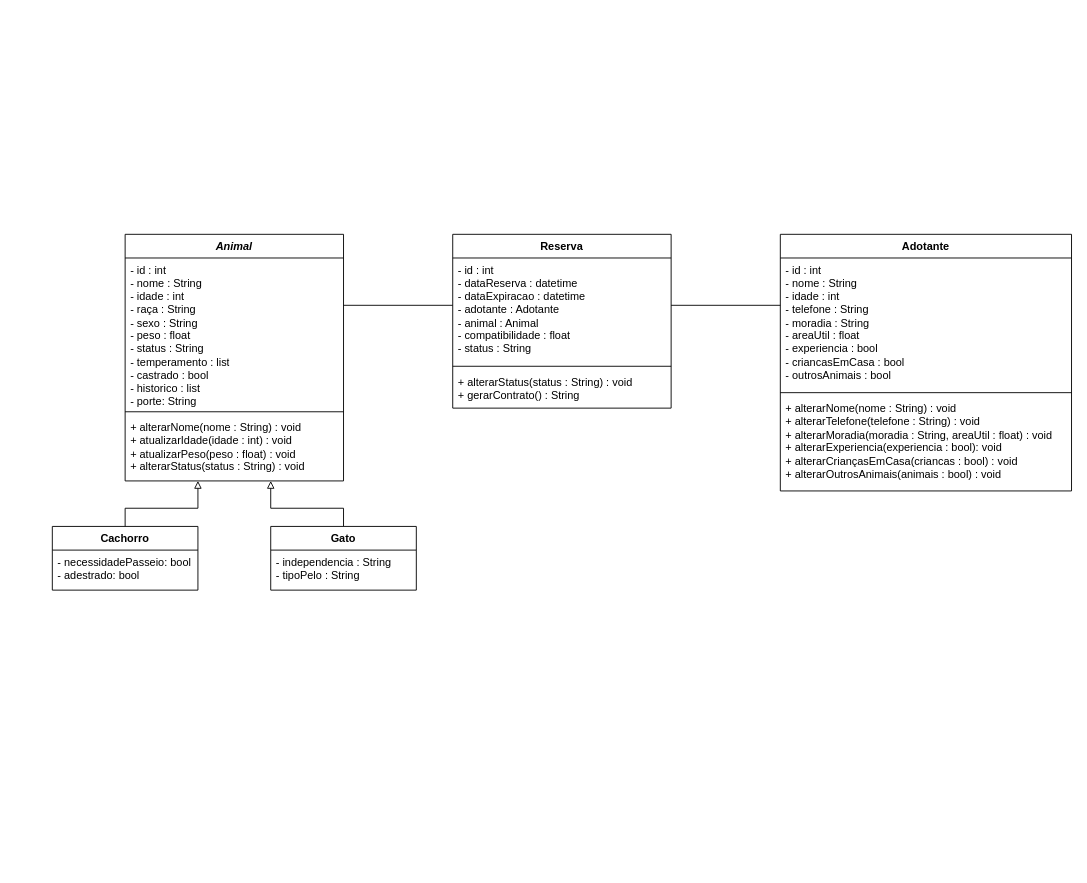
Before: docs/DiagramaDeClasses.drawio in guilhermefrmdev/sistema-de-adocao-de-animais, a draw.io diagram. Source tidied: cells renumbered, new cells numbered last; positions are measured from the earlier drawing's top-left corner, leaving out a move shared by most shapes. Both pictures are drawn from the tidied source at 91%, with x=0, y=0 at pixel (52, 234).
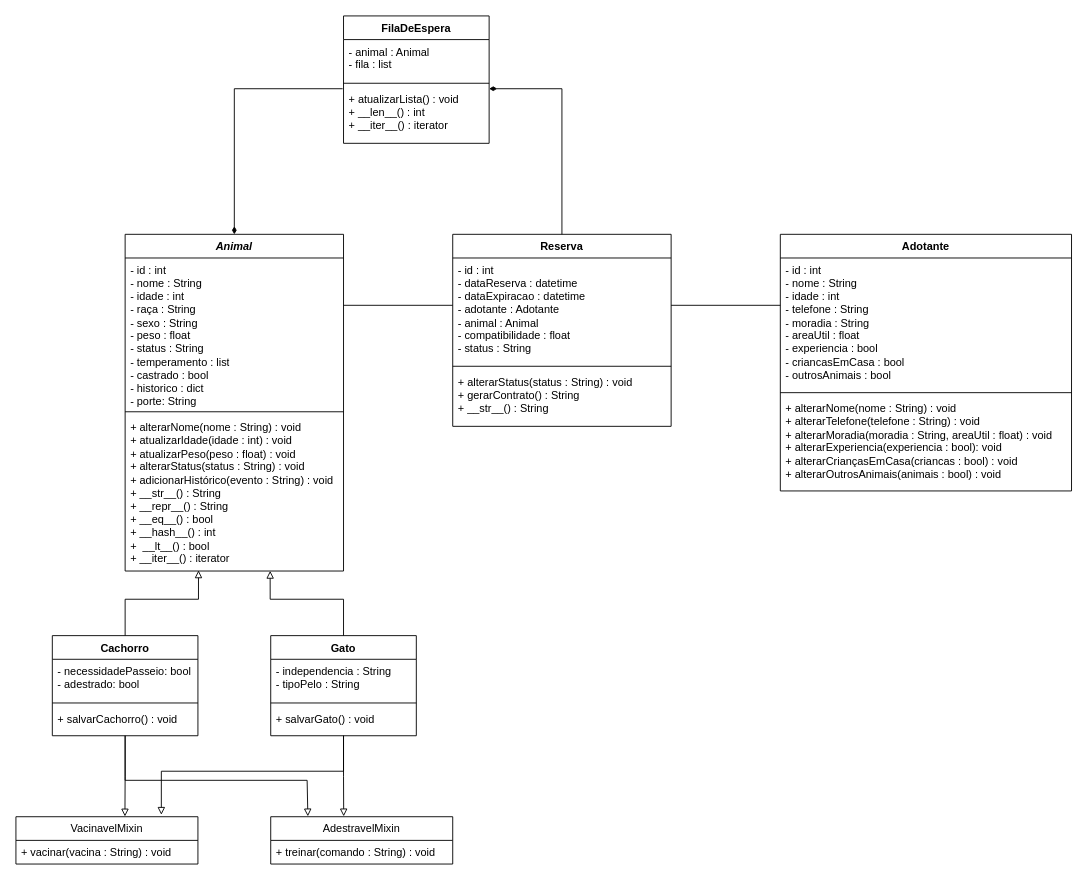
After the change.

Commit message (it also covers changes not shown here):
docs: modificado o diagrama UML

Change to the diagram source:
```diff
@@
     <mxCell id="2" value="&lt;i&gt;Animal&lt;/i&gt;" style="swimlane;fontStyle=1;align=center;verticalAlign=top;horizontal=1;startSize=26;whiteSpace=wrap;html=1;" parent="1" vertex="1">
-      <mxGeometry x="80" width="240" height="271" as="geometry" />
+      <mxGeometry x="80" width="240" height="370" as="geometry" />
     </mxCell>
-    <mxCell id="3" value="&lt;div&gt;- id : int&lt;/div&gt;- nome : String&lt;div&gt;- idade : int&lt;/div&gt;&lt;div&gt;- raça : String&lt;/div&gt;&lt;div&gt;- sexo : String&lt;/div&gt;&lt;div&gt;- peso : float&lt;/div&gt;&lt;div&gt;- status : String&lt;/div&gt;&lt;div&gt;- temperamento : list&lt;/div&gt;&lt;div&gt;- castrado : bool&lt;/div&gt;&lt;div&gt;- historico : list&lt;/div&gt;&lt;div&gt;- porte: String&lt;/div&gt;" style="text;strokeColor=none;fillColor=none;align=left;verticalAlign=top;spacingLeft=4;spacingRight=4;overflow=hidden;whiteSpace=wrap;html=1;" parent="2" vertex="1">
+    <mxCell id="3" value="&lt;div&gt;- id : int&lt;/div&gt;- nome : String&lt;div&gt;- idade : int&lt;/div&gt;&lt;div&gt;- raça : String&lt;/div&gt;&lt;div&gt;- sexo : String&lt;/div&gt;&lt;div&gt;- peso : float&lt;/div&gt;&lt;div&gt;- status : String&lt;/div&gt;&lt;div&gt;- temperamento : list&lt;/div&gt;&lt;div&gt;- castrado : bool&lt;/div&gt;&lt;div&gt;- historico : dict&lt;/div&gt;&lt;div&gt;- porte: String&lt;/div&gt;" style="text;strokeColor=none;fillColor=none;align=left;verticalAlign=top;spacingLeft=4;spacingRight=4;overflow=hidden;whiteSpace=wrap;html=1;" parent="2" vertex="1">
       <mxGeometry y="26" width="240" height="165" as="geometry" />
     </mxCell>
@@
-    <mxCell id="5" value="+ alterarNome(nome : String) : void&lt;div&gt;+ atualizarIdade(idade : int) : void&lt;/div&gt;&lt;div&gt;+ atualizarPeso(peso : float) : void&lt;/div&gt;&lt;div&gt;+ alterarStatus(status : String) : void&lt;/div&gt;" style="text;strokeColor=none;fillColor=none;align=left;verticalAlign=top;spacingLeft=4;spacingRight=4;overflow=hidden;points=[[0,0.5],[1,0.5]];portConstraint=eastwest;whiteSpace=wrap;html=1;" parent="2" vertex="1">
-      <mxGeometry y="199" width="240" height="72" as="geometry" />
+    <mxCell id="5" value="+ alterarNome(nome : String) : void&lt;div&gt;+ atualizarIdade(idade : int) : void&lt;/div&gt;&lt;div&gt;+ atualizarPeso(peso : float) : void&lt;/div&gt;&lt;div&gt;+ alterarStatus(status : String) : void&lt;/div&gt;&lt;div&gt;+ adicionarHistórico(evento : String) : void&lt;/div&gt;&lt;div&gt;+ __str__() : String&lt;/div&gt;&lt;div&gt;+ __repr__() : String&lt;/div&gt;&lt;div&gt;+ __eq__() : bool&lt;/div&gt;&lt;div&gt;+ __hash__() : int&lt;/div&gt;&lt;div&gt;+&amp;nbsp; __lt__() : bool&lt;/div&gt;&lt;div&gt;+ __iter__() : iterator&lt;/div&gt;" style="text;strokeColor=none;fillColor=none;align=left;verticalAlign=top;spacingLeft=4;spacingRight=4;overflow=hidden;points=[[0,0.5],[1,0.5]];portConstraint=eastwest;whiteSpace=wrap;html=1;" parent="2" vertex="1">
+      <mxGeometry y="199" width="240" height="171" as="geometry" />
     </mxCell>
+    <mxCell id="22" value=" " style="edgeStyle=orthogonalEdgeStyle;rounded=0;jettySize=auto;html=1;entryX=0.599;entryY=-0.006;entryDx=0;entryDy=0;entryPerimeter=0;endArrow=block;endFill=0;" parent="1" edge="1" source="6" target="36">
+      <mxGeometry relative="1" as="geometry" />
+    </mxCell>
+    <mxCell id="23" style="edgeStyle=orthogonalEdgeStyle;rounded=0;jettySize=auto;html=1;entryX=0.204;entryY=-0.008;entryDx=0;entryDy=0;endArrow=block;endFill=0;entryPerimeter=0;" parent="1" edge="1" source="6" target="38">
+      <mxGeometry relative="1" as="geometry">
+        <Array as="points">
+          <mxPoint x="80" y="600" />
+          <mxPoint x="280" y="600" />
+          <mxPoint x="280.8" y="599.6" />
+        </Array>
+      </mxGeometry>
+    </mxCell>
     <mxCell id="6" value="Cachorro" style="swimlane;fontStyle=1;align=center;verticalAlign=top;horizontal=1;startSize=26;whiteSpace=wrap;html=1;" parent="1" vertex="1">
-      <mxGeometry y="321" width="160" height="70" as="geometry" />
+      <mxGeometry y="441" width="160" height="110" as="geometry" />
     </mxCell>
@@
-    <mxCell id="8" value=" " style="edgeStyle=orthogonalEdgeStyle;rounded=0;jettySize=auto;html=1;endArrow=block;endFill=0;exitX=0.5;exitY=0;exitDx=0;exitDy=0;" parent="1" edge="1" source="6">
-      <mxGeometry relative="1" as="geometry">
-        <mxPoint x="160" y="271" as="targetPoint" />
-        <Array as="points">
-          <mxPoint x="80" y="301" />
-          <mxPoint x="160" y="301" />
-        </Array>
-      </mxGeometry>
-    </mxCell>
-    <mxCell id="9" style="edgeStyle=orthogonalEdgeStyle;rounded=0;jettySize=auto;html=1;exitX=0.5;exitY=0;exitDx=0;exitDy=0;endArrow=block;endFill=0;" parent="1" edge="1" source="10">
-      <mxGeometry relative="1" as="geometry">
-        <mxPoint x="240" y="271" as="targetPoint" />
-        <Array as="points">
-          <mxPoint x="320" y="301" />
-          <mxPoint x="240" y="301" />
-        </Array>
-      </mxGeometry>
-    </mxCell>
+    <mxCell id="24" style="line;strokeWidth=1;fillColor=none;align=left;verticalAlign=middle;spacingTop=-1;spacingLeft=3;spacingRight=3;labelPosition=right;strokeColor=inherit;" parent="6" vertex="1">
+      <mxGeometry y="70" width="160" height="8" as="geometry" />
+    </mxCell>
+    <mxCell id="25" value="&lt;div&gt;+ salvarCachorro() : void&lt;/div&gt;" style="text;strokeColor=none;fillColor=none;align=left;verticalAlign=top;spacingLeft=4;spacingRight=4;overflow=hidden;whiteSpace=wrap;html=1;" parent="6" vertex="1">
+      <mxGeometry y="78" width="160" height="32" as="geometry" />
+    </mxCell>
     <mxCell id="10" value="Gato" style="swimlane;fontStyle=1;align=center;verticalAlign=top;horizontal=1;startSize=26;whiteSpace=wrap;html=1;" parent="1" vertex="1">
-      <mxGeometry x="240" y="321" width="160" height="70" as="geometry" />
+      <mxGeometry x="240" y="441" width="160" height="110" as="geometry" />
     </mxCell>
@@
+    <mxCell id="26" style="line;strokeWidth=1;fillColor=none;align=left;verticalAlign=middle;spacingTop=-1;spacingLeft=3;spacingRight=3;labelPosition=right;strokeColor=inherit;" parent="10" vertex="1">
+      <mxGeometry y="70" width="160" height="8" as="geometry" />
+    </mxCell>
+    <mxCell id="27" value="&lt;div&gt;+ salvarGato() : void&lt;/div&gt;" style="text;strokeColor=none;fillColor=none;align=left;verticalAlign=top;spacingLeft=4;spacingRight=4;overflow=hidden;whiteSpace=wrap;html=1;" parent="10" vertex="1">
+      <mxGeometry y="78" width="160" height="32" as="geometry" />
+    </mxCell>
@@
     <mxCell id="16" value="Reserva" style="swimlane;fontStyle=1;align=center;verticalAlign=top;horizontal=1;startSize=26;whiteSpace=wrap;html=1;" parent="1" vertex="1">
-      <mxGeometry x="440" width="240" height="191" as="geometry" />
+      <mxGeometry x="440" width="240" height="211" as="geometry" />
     </mxCell>
@@
-    <mxCell id="19" value="+ alterarStatus(status : String) : void&lt;br&gt;&lt;div&gt;+ gerarContrato() : String&lt;/div&gt;" style="text;strokeColor=none;fillColor=none;align=left;verticalAlign=top;spacingLeft=4;spacingRight=4;overflow=hidden;whiteSpace=wrap;html=1;" parent="16" vertex="1">
-      <mxGeometry y="149" width="240" height="42" as="geometry" />
+    <mxCell id="19" value="+ alterarStatus(status : String) : void&lt;br&gt;&lt;div&gt;+ gerarContrato() : String&lt;/div&gt;&lt;div&gt;+ __str__() : String&lt;/div&gt;" style="text;strokeColor=none;fillColor=none;align=left;verticalAlign=top;spacingLeft=4;spacingRight=4;overflow=hidden;whiteSpace=wrap;html=1;" parent="16" vertex="1">
+      <mxGeometry y="149" width="240" height="62" as="geometry" />
     </mxCell>
@@
+    <mxCell id="28" value="FilaDeEspera" style="swimlane;fontStyle=1;align=center;verticalAlign=top;horizontal=1;startSize=26;whiteSpace=wrap;html=1;" parent="1" vertex="1">
+      <mxGeometry x="320" y="-240" width="160" height="140" as="geometry" />
+    </mxCell>
+    <mxCell id="29" value="&lt;div&gt;- animal : Animal&lt;/div&gt;- fila : list" style="text;strokeColor=none;fillColor=none;align=left;verticalAlign=top;spacingLeft=4;spacingRight=4;overflow=hidden;whiteSpace=wrap;html=1;" parent="28" vertex="1">
+      <mxGeometry y="26" width="160" height="44" as="geometry" />
+    </mxCell>
+    <mxCell id="30" style="line;strokeWidth=1;fillColor=none;align=left;verticalAlign=middle;spacingTop=-1;spacingLeft=3;spacingRight=3;labelPosition=right;strokeColor=inherit;" parent="28" vertex="1">
+      <mxGeometry y="70" width="160" height="8" as="geometry" />
+    </mxCell>
+    <mxCell id="31" value="+ atualizarLista() : void&lt;div&gt;+ __len__() : int&lt;/div&gt;&lt;div&gt;+ __iter__() : iterator&lt;/div&gt;" style="text;strokeColor=none;fillColor=none;align=left;verticalAlign=top;spacingLeft=4;spacingRight=4;overflow=hidden;whiteSpace=wrap;html=1;" parent="28" vertex="1">
+      <mxGeometry y="78" width="160" height="62" as="geometry" />
+    </mxCell>
+    <mxCell id="32" style="edgeStyle=orthogonalEdgeStyle;rounded=0;jettySize=auto;html=1;entryX=0.336;entryY=0.996;entryDx=0;entryDy=0;entryPerimeter=0;endArrow=block;endFill=0;" parent="1" edge="1" source="6" target="5">
+      <mxGeometry relative="1" as="geometry">
+        <Array as="points">
+          <mxPoint x="80" y="401" />
+          <mxPoint x="160.6" y="401" />
+        </Array>
+      </mxGeometry>
+    </mxCell>
+    <mxCell id="33" style="edgeStyle=orthogonalEdgeStyle;rounded=0;jettySize=auto;html=1;entryX=0.664;entryY=0.999;entryDx=0;entryDy=0;entryPerimeter=0;endArrow=block;endFill=0;" parent="1" edge="1" source="10" target="5">
+      <mxGeometry relative="1" as="geometry">
+        <Array as="points">
+          <mxPoint x="320" y="401" />
+          <mxPoint x="239.4" y="401" />
+        </Array>
+      </mxGeometry>
+    </mxCell>
+    <mxCell id="34" style="edgeStyle=orthogonalEdgeStyle;rounded=0;jettySize=auto;html=1;endArrow=none;endFill=0;startArrow=diamondThin;startFill=1;" parent="1" edge="1" source="2">
+      <mxGeometry relative="1" as="geometry">
+        <mxPoint x="319" y="-160" as="targetPoint" />
+        <Array as="points">
+          <mxPoint x="200" y="-160" />
+          <mxPoint x="319" y="-160" />
+        </Array>
+      </mxGeometry>
+    </mxCell>
+    <mxCell id="35" value=" " style="edgeStyle=orthogonalEdgeStyle;rounded=0;jettySize=auto;html=1;endArrow=diamondThin;endFill=1;startArrow=none;startFill=0;" parent="1" edge="1" source="16">
+      <mxGeometry relative="1" as="geometry">
+        <mxPoint x="480" y="-160" as="targetPoint" />
+        <Array as="points">
+          <mxPoint x="560" y="-160" />
+          <mxPoint x="480" y="-160" />
+        </Array>
+      </mxGeometry>
+    </mxCell>
+    <mxCell id="36" value="VacinavelMixin" style="swimlane;fontStyle=0;horizontal=1;startSize=26;fillColor=none;whiteSpace=wrap;html=1;" parent="1" vertex="1">
+      <mxGeometry x="-40" y="640" width="200" height="52" as="geometry" />
+    </mxCell>
+    <mxCell id="37" value="+ vacinar(vacina : String) : void" style="text;strokeColor=none;fillColor=none;align=left;verticalAlign=top;spacingLeft=4;spacingRight=4;overflow=hidden;whiteSpace=wrap;html=1;" parent="36" vertex="1">
+      <mxGeometry y="26" width="200" height="26" as="geometry" />
+    </mxCell>
+    <mxCell id="38" value="AdestravelMixin" style="swimlane;fontStyle=0;horizontal=1;startSize=26;fillColor=none;whiteSpace=wrap;html=1;" parent="1" vertex="1">
+      <mxGeometry x="240" y="640" width="200" height="52" as="geometry" />
+    </mxCell>
+    <mxCell id="39" value="+ treinar(comando : String) : void" style="text;strokeColor=none;fillColor=none;align=left;verticalAlign=top;spacingLeft=4;spacingRight=4;overflow=hidden;whiteSpace=wrap;html=1;" parent="38" vertex="1">
+      <mxGeometry y="26" width="200" height="26" as="geometry" />
+    </mxCell>
+    <mxCell id="40" style="edgeStyle=orthogonalEdgeStyle;rounded=0;jettySize=auto;html=1;endArrow=block;endFill=0;entryX=0.401;entryY=-0.008;entryDx=0;entryDy=0;entryPerimeter=0;" parent="1" edge="1" source="10" target="38">
+      <mxGeometry relative="1" as="geometry" />
+    </mxCell>
+    <mxCell id="41" style="edgeStyle=orthogonalEdgeStyle;rounded=0;jettySize=auto;html=1;endArrow=block;endFill=0;entryX=0.799;entryY=-0.041;entryDx=0;entryDy=0;entryPerimeter=0;" parent="1" edge="1" source="10" target="36">
+      <mxGeometry relative="1" as="geometry">
+        <Array as="points">
+          <mxPoint x="320" y="590" />
+          <mxPoint x="119.8" y="590" />
+        </Array>
+      </mxGeometry>
+    </mxCell>
```
